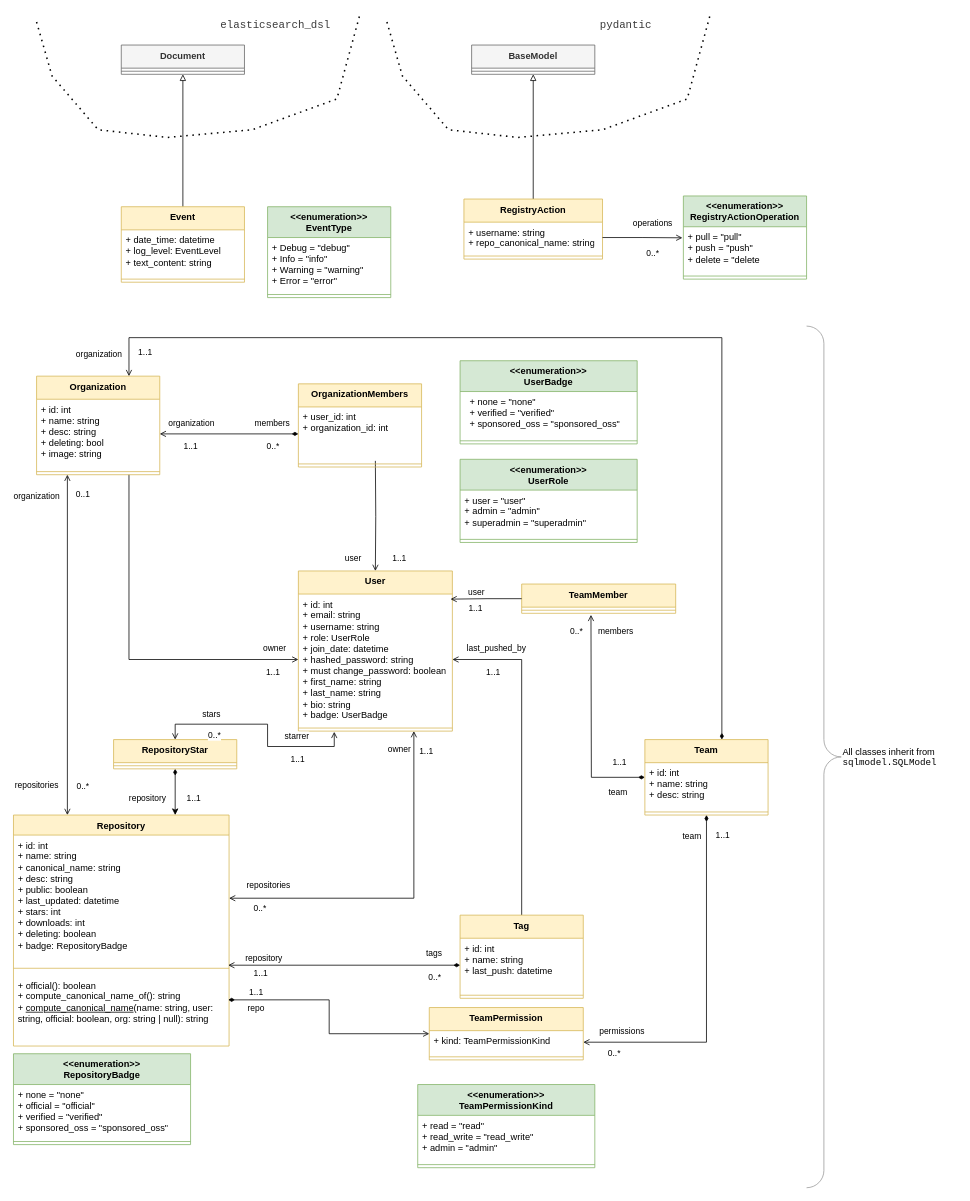
Above: docs/uml_uks.drawio in magley/mocker-hub (draw.io), before the change. Source tidied: cells renumbered, new cells numbered last; positions are measured from the earlier drawing's top-left corner, leaving out a move shared by most shapes. Both pictures are drawn from the tidied source at 77%, with x=0, y=0 at pixel (13, 14).
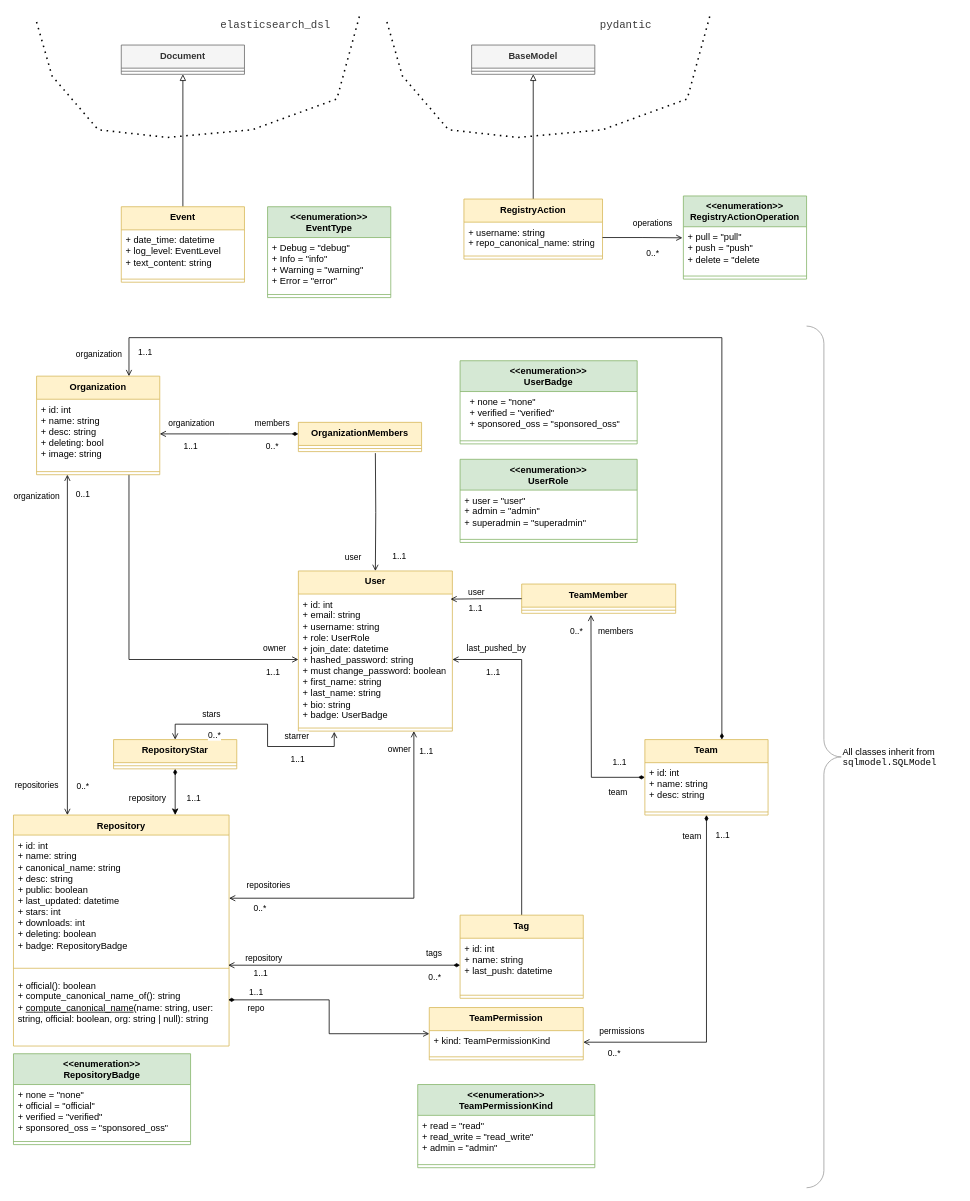
Above is the later version.

Commit message (it also covers changes not shown here):
docs: Remove foreign keys from `OrganizationMembers`

Unchanged cells that the change refers to:
```xml
<mxCell id="17" value="+ id: int&lt;div&gt;+ name: string&lt;/div&gt;&lt;div&gt;+ desc: string&lt;/div&gt;&lt;div&gt;+ deleting: bool&lt;/div&gt;&lt;div&gt;+ image: string&lt;/div&gt;" style="text;strokeColor=none;fillColor=none;align=left;verticalAlign=top;spacingLeft=4;spacingRight=4;overflow=hidden;points=[[0,0.5],[1,0.5]];portConstraint=eastwest;whiteSpace=wrap;html=1;" parent="16" vertex="1">
  <mxGeometry y="30" width="160" height="90" as="geometry" />
</mxCell>
<mxCell id="19" value="&lt;div&gt;User&lt;/div&gt;" style="swimlane;fontStyle=1;align=center;verticalAlign=top;horizontal=1;startSize=30;whiteSpace=wrap;html=1;fillColor=#fff2cc;strokeColor=#d6b656;" parent="1" vertex="1">
  <mxGeometry x="370" y="723" width="200" height="208" as="geometry" />
</mxCell>
```

What changed in the source:
```diff
@@
     <mxCell id="22" style="edgeStyle=orthogonalEdgeStyle;rounded=0;jettySize=auto;html=1;entryX=0.5;entryY=0;entryDx=0;entryDy=0;endArrow=open;startFill=0;endFill=0;" parent="1" edge="1" target="19">
       <mxGeometry relative="1" as="geometry">
-        <mxPoint x="470" y="580" as="sourcePoint" />
+        <mxPoint x="470" y="570" as="sourcePoint" />
       </mxGeometry>
     </mxCell>
@@
     <mxCell id="25" value="&lt;div&gt;OrganizationMembers&lt;/div&gt;" style="swimlane;fontStyle=1;align=center;verticalAlign=top;horizontal=1;startSize=30;whiteSpace=wrap;html=1;fillColor=#fff2cc;strokeColor=#d6b656;" parent="1" vertex="1">
-      <mxGeometry x="370" y="480" width="160" height="108" as="geometry" />
+      <mxGeometry x="370" y="530" width="160" height="38" as="geometry" />
     </mxCell>
-    <mxCell id="26" value="+ user_id: int&lt;div&gt;+ organization_id: int&lt;/div&gt;" style="text;strokeColor=none;fillColor=none;align=left;verticalAlign=top;spacingLeft=4;spacingRight=4;overflow=hidden;points=[[0,0.5],[1,0.5]];portConstraint=eastwest;whiteSpace=wrap;html=1;" parent="25" vertex="1">
-      <mxGeometry y="30" width="160" height="70" as="geometry" />
-    </mxCell>
     <mxCell id="27" style="line;strokeWidth=1;fillColor=none;align=left;verticalAlign=middle;spacingTop=-1;spacingLeft=3;spacingRight=3;labelPosition=right;strokeColor=inherit;" parent="25" vertex="1">
-      <mxGeometry y="100" width="160" height="8" as="geometry" />
+      <mxGeometry y="30" width="160" height="8" as="geometry" />
     </mxCell>
-    <mxCell id="28" style="edgeStyle=orthogonalEdgeStyle;rounded=0;jettySize=auto;html=1;entryX=0;entryY=0.5;entryDx=0;entryDy=0;endArrow=diamondThin;startFill=0;endFill=1;startArrow=open;" parent="1" edge="1" source="17" target="26">
-      <mxGeometry relative="1" as="geometry" />
+    <mxCell id="28" style="edgeStyle=orthogonalEdgeStyle;rounded=0;jettySize=auto;html=1;entryX=0;entryY=0.5;entryDx=0;entryDy=0;endArrow=diamondThin;startFill=0;endFill=1;startArrow=open;" parent="1" edge="1" source="17">
+      <mxGeometry relative="1" as="geometry">
+        <mxPoint x="370" y="545" as="targetPoint" />
+      </mxGeometry>
     </mxCell>
```
